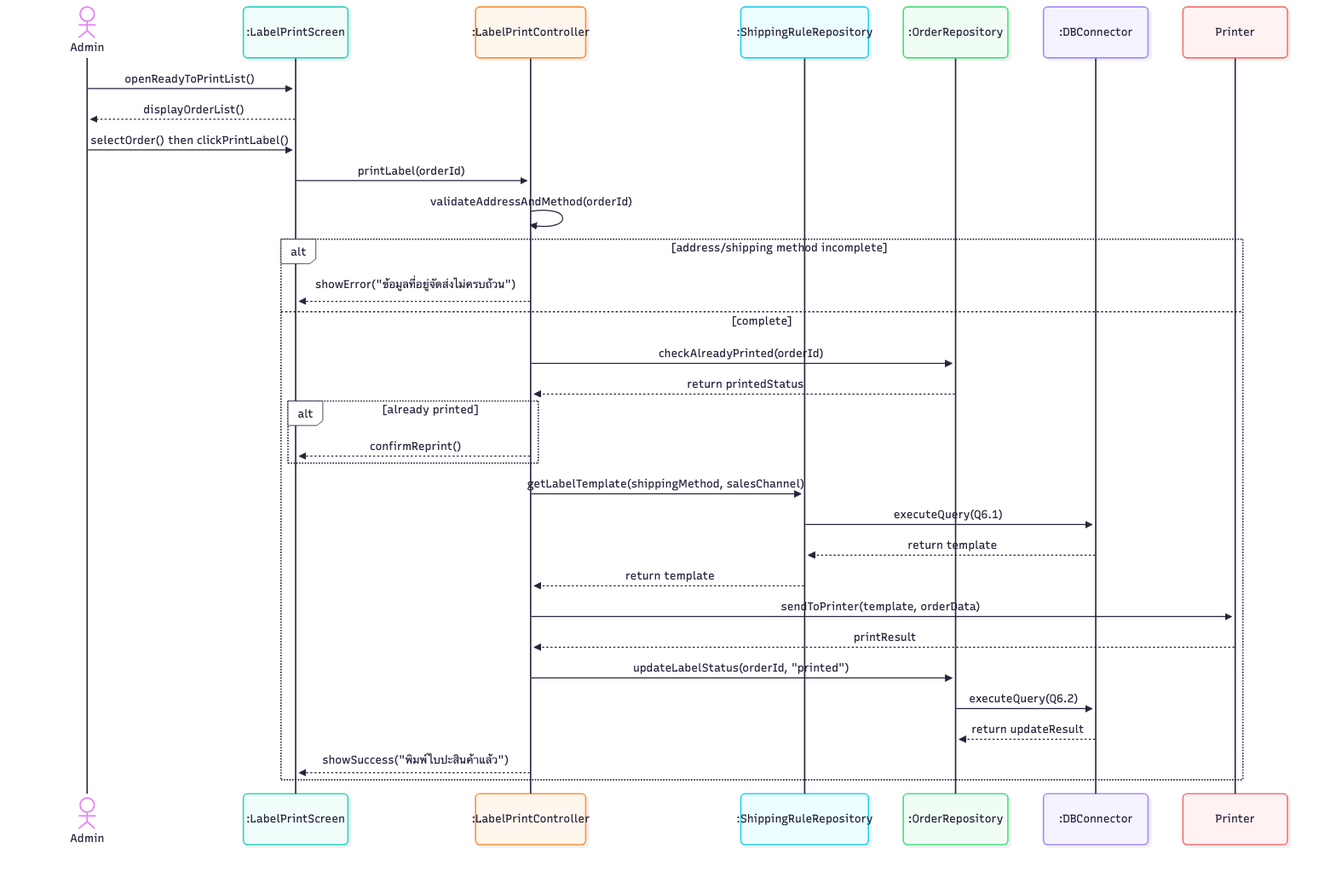
xbpkdi/321-sa-proj keeps this Mermaid diagram as 03-chapter2-use-case-descriptions/diagrams/png/9A-sequence.png. Above is the earlier version. Its source is kept beside it as 03-chapter2-use-case-descriptions/diagrams/mmd/9A-sequence.mmd.
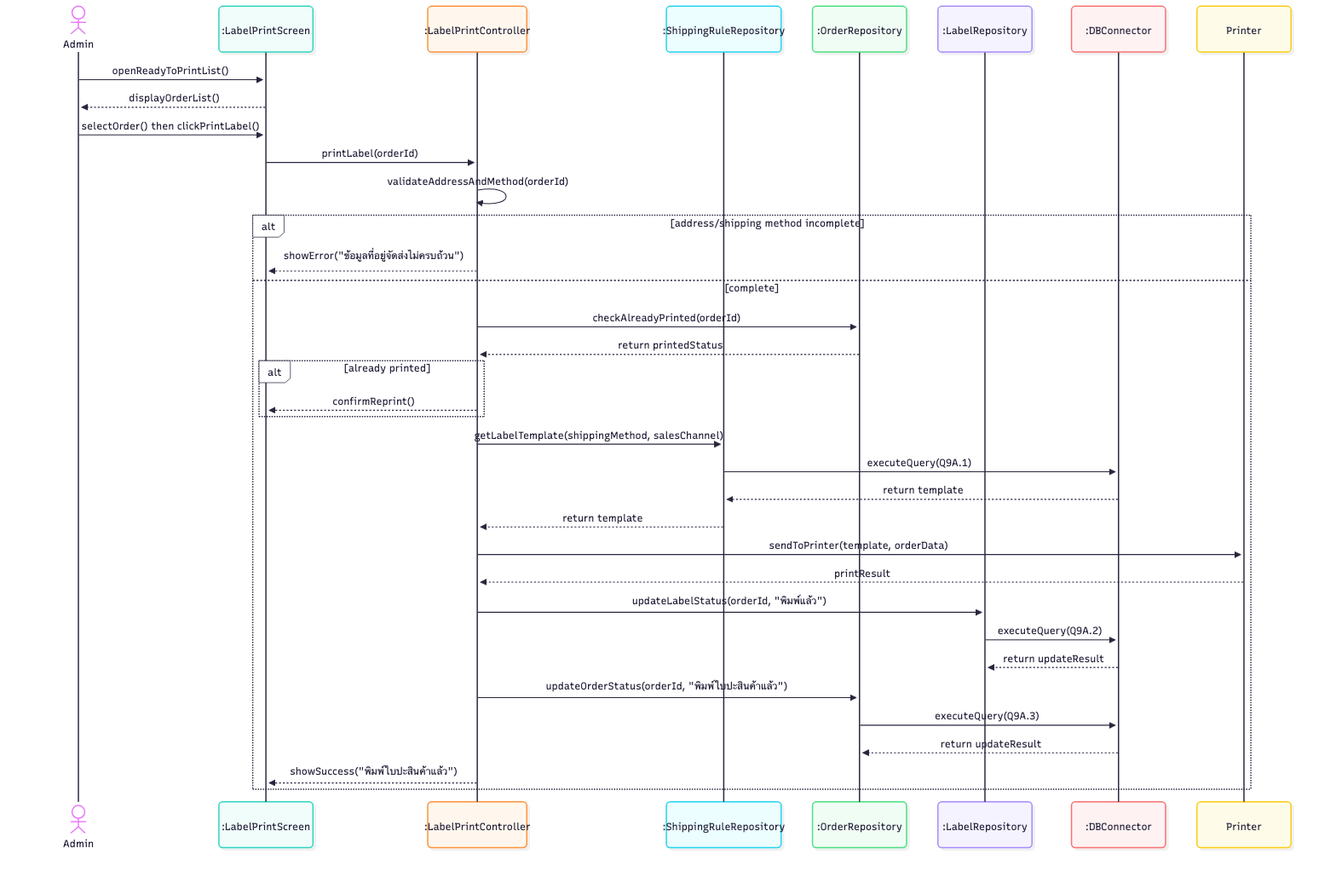
After the change.

What changed in the source:
```diff
@@ -4,6 +4,7 @@
     participant LPC as :LabelPrintController
     participant RuleRepo as :ShippingRuleRepository
     participant OrderRepo as :OrderRepository
+    participant LabelRepo as :LabelRepository
     participant DB as :DBConnector
     participant Printer as Printer
 
@@ -21,13 +22,16 @@
             LPC-->>Screen: confirmReprint()
         end
         LPC->>RuleRepo: getLabelTemplate(shippingMethod, salesChannel)
-        RuleRepo->>DB: executeQuery(Q6.1)
+        RuleRepo->>DB: executeQuery(Q9A.1)
         DB-->>RuleRepo: return template
         RuleRepo-->>LPC: return template
         LPC->>Printer: sendToPrinter(template, orderData)
         Printer-->>LPC: printResult
-        LPC->>OrderRepo: updateLabelStatus(orderId, "printed")
-        OrderRepo->>DB: executeQuery(Q6.2)
+        LPC->>LabelRepo: updateLabelStatus(orderId, "พิมพ์แล้ว")
+        LabelRepo->>DB: executeQuery(Q9A.2)
+        DB-->>LabelRepo: return updateResult
+        LPC->>OrderRepo: updateOrderStatus(orderId, "พิมพ์ใบปะสินค้าแล้ว")
+        OrderRepo->>DB: executeQuery(Q9A.3)
         DB-->>OrderRepo: return updateResult
         LPC-->>Screen: showSuccess("พิมพ์ใบปะสินค้าแล้ว")
     end
```
